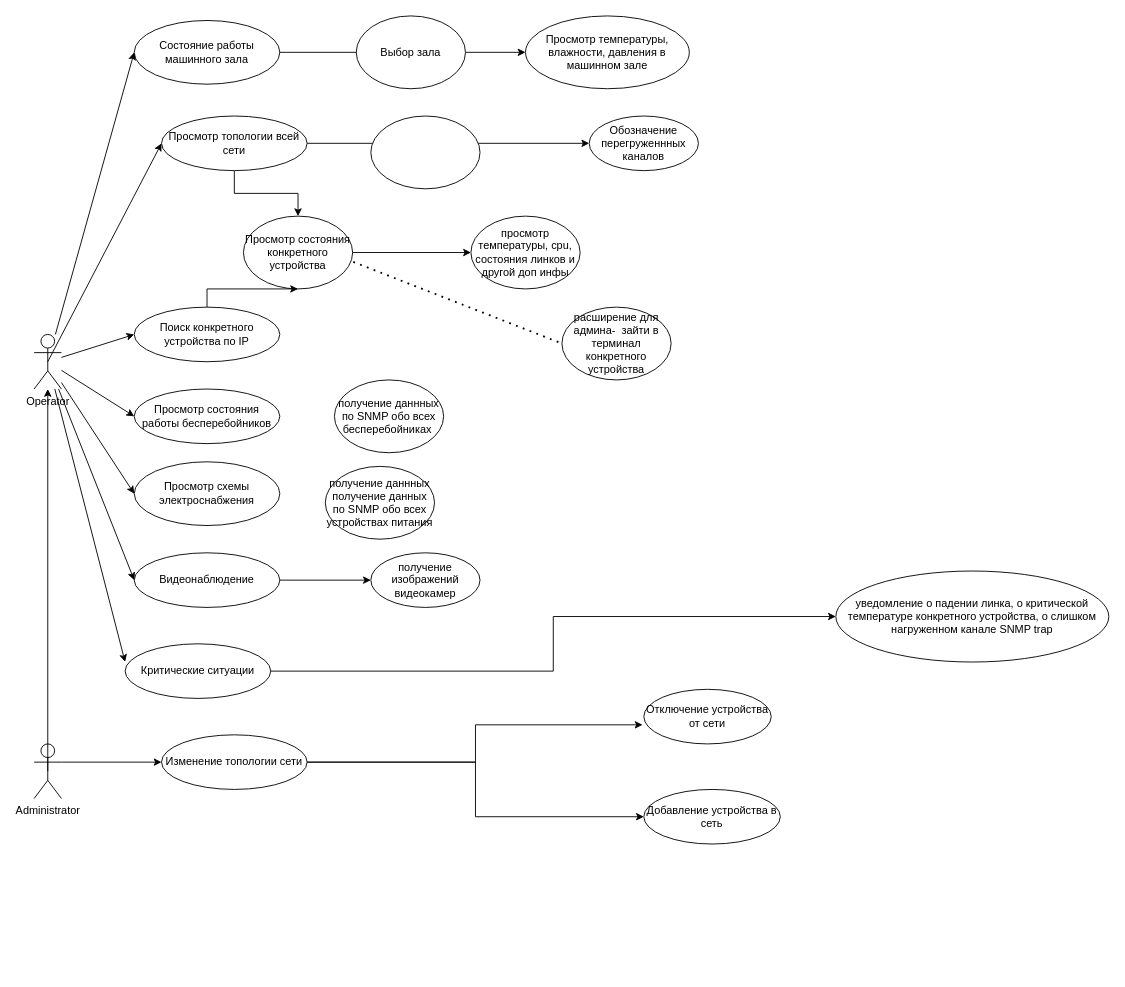
Earlier version of the draw.io diagram Untitled Diagram.drawio (sophiiako/unik). Source tidied: cells renumbered, new cells numbered last; positions are measured from the earlier drawing's top-left corner, leaving out a move shared by most shapes. Both pictures are drawn from the tidied source at 91%, with x=0, y=0 at pixel (34, 15).
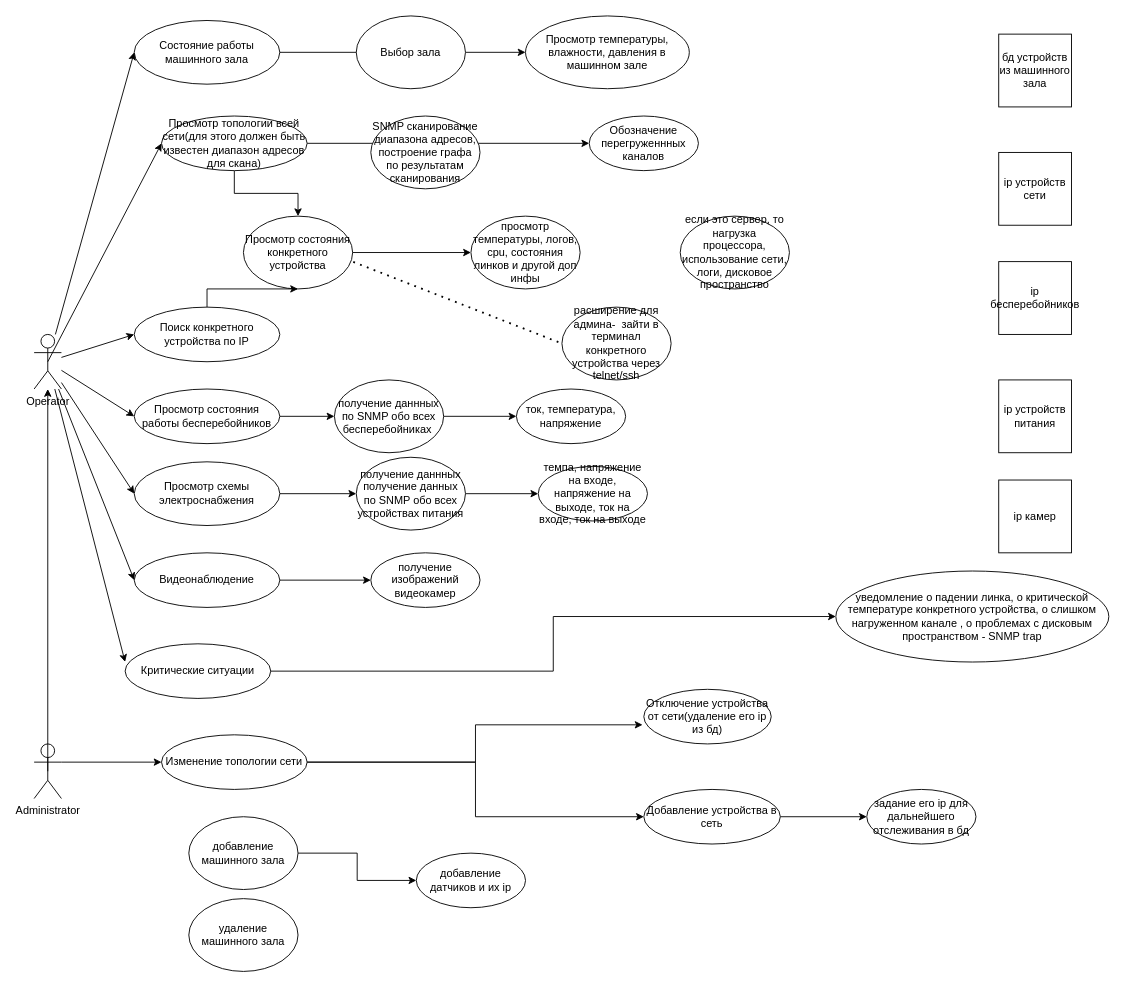
The same page after the edit.

The change refers to these unchanged cells:
```xml
<mxCell id="9" value="Просмотр схемы электроснабжения" style="ellipse;whiteSpace=wrap;html=1;" parent="1" vertex="1">
  <mxGeometry x="110" y="490" width="160" height="70" as="geometry" />
</mxCell>
<mxCell id="10" value="Просмотр состояния работы бесперебойников" style="ellipse;whiteSpace=wrap;html=1;" parent="1" vertex="1">
  <mxGeometry x="110" y="410" width="160" height="60" as="geometry" />
</mxCell>
<mxCell id="23" value="Добавление устройства в сеть" style="ellipse;whiteSpace=wrap;html=1;" parent="1" vertex="1">
  <mxGeometry x="670" y="850" width="150" height="60" as="geometry" />
</mxCell>
<mxCell id="34" value="получение даннных по SNMP обо всех бесперебойниках&amp;nbsp;" style="ellipse;whiteSpace=wrap;html=1;" parent="1" vertex="1">
  <mxGeometry x="330" y="400" width="120" height="80" as="geometry" />
</mxCell>
```

What changed in the source:
```diff
@@
-    <mxCell id="6" value="Просмотр топологии всей сети" style="ellipse;whiteSpace=wrap;html=1;" parent="1" vertex="1">
+    <mxCell id="6" value="Просмотр топологии всей сети(для этого должен быть известен диапазон адресов для скана)" style="ellipse;whiteSpace=wrap;html=1;" parent="1" vertex="1">
       <mxGeometry x="140" y="110" width="160" height="60" as="geometry" />
     </mxCell>
@@
+    <mxCell id="45" style="edgeStyle=orthogonalEdgeStyle;rounded=0;jettySize=auto;html=1;" parent="1" edge="1" source="9" target="33">
+      <mxGeometry relative="1" as="geometry" />
+    </mxCell>
@@
+    <mxCell id="46" style="edgeStyle=orthogonalEdgeStyle;rounded=0;jettySize=auto;html=1;" parent="1" edge="1" source="10" target="34">
+      <mxGeometry relative="1" as="geometry" />
+    </mxCell>
@@
-    <mxCell id="22" value="Отключение устройства от сети" style="ellipse;whiteSpace=wrap;html=1;" parent="1" vertex="1">
+    <mxCell id="22" value="Отключение устройства от сети(удаление его ip из бд)" style="ellipse;whiteSpace=wrap;html=1;" parent="1" vertex="1">
       <mxGeometry x="670" y="740" width="140" height="60" as="geometry" />
     </mxCell>
+    <mxCell id="47" style="edgeStyle=orthogonalEdgeStyle;rounded=0;jettySize=auto;html=1;" parent="1" edge="1" source="23" target="50">
+      <mxGeometry relative="1" as="geometry" />
+    </mxCell>
@@
+    <mxCell id="48" style="edgeStyle=orthogonalEdgeStyle;rounded=0;jettySize=auto;html=1;" parent="1" edge="1" source="33" target="62">
+      <mxGeometry relative="1" as="geometry" />
+    </mxCell>
     <mxCell id="33" value="получение даннных получение данных по SNMP обо всех устройствах питания" style="ellipse;whiteSpace=wrap;html=1;" parent="1" vertex="1">
-      <mxGeometry x="320" y="495" width="120" height="80" as="geometry" />
+      <mxGeometry x="354" y="485" width="120" height="80" as="geometry" />
     </mxCell>
+    <mxCell id="49" style="edgeStyle=orthogonalEdgeStyle;rounded=0;jettySize=auto;html=1;" parent="1" edge="1" source="34" target="61">
+      <mxGeometry relative="1" as="geometry" />
+    </mxCell>
@@
-    <mxCell id="38" style="ellipse;whiteSpace=wrap;html=1;" parent="1" vertex="1">
+    <mxCell id="38" value="SNMP сканирование диапазона адресов, построение графа по результатам сканирования" style="ellipse;whiteSpace=wrap;html=1;" parent="1" vertex="1">
       <mxGeometry x="370" y="110" width="120" height="80" as="geometry" />
     </mxCell>
-    <mxCell id="39" value="просмотр температуры, cpu, состояния линков и другой доп инфы" style="ellipse;whiteSpace=wrap;html=1;" parent="1" vertex="1">
+    <mxCell id="39" value="просмотр температуры, логов, cpu, состояния линков и другой доп инфы" style="ellipse;whiteSpace=wrap;html=1;" parent="1" vertex="1">
       <mxGeometry x="480" y="220" width="120" height="80" as="geometry" />
     </mxCell>
@@
-    <mxCell id="41" value="уведомление о падении линка, о критической температуре конкретного устройства, о слишком нагруженном канале SNMP trap" style="ellipse;whiteSpace=wrap;html=1;" parent="1" vertex="1">
+    <mxCell id="41" value="уведомление о падении линка, о критической температуре конкретного устройства, о слишком нагруженном канале , о проблемах с дисковым пространством - SNMP trap" style="ellipse;whiteSpace=wrap;html=1;" parent="1" vertex="1">
       <mxGeometry x="881" y="610" width="300" height="100" as="geometry" />
     </mxCell>
@@
-    <mxCell id="44" value="расширение для админа-&amp;nbsp; зайти в терминал конкретного устройства" style="ellipse;whiteSpace=wrap;html=1;" parent="1" vertex="1">
+    <mxCell id="44" value="расширение для админа-&amp;nbsp; зайти в терминал конкретного устройства через telnet/ssh" style="ellipse;whiteSpace=wrap;html=1;" parent="1" vertex="1">
       <mxGeometry x="580" y="320" width="120" height="80" as="geometry" />
     </mxCell>
+    <mxCell id="50" value="задание его ip для дальнейшего отслеживания в бд" style="ellipse;whiteSpace=wrap;html=1;" parent="1" vertex="1">
+      <mxGeometry x="915" y="850" width="120" height="60" as="geometry" />
+    </mxCell>
+    <mxCell id="51" value="если это сервер, то нагрузка процессора, использование сети, логи, дисковое пространство" style="ellipse;whiteSpace=wrap;html=1;" parent="1" vertex="1">
+      <mxGeometry x="710" y="220" width="120" height="80" as="geometry" />
+    </mxCell>
+    <mxCell id="52" style="edgeStyle=orthogonalEdgeStyle;rounded=0;jettySize=auto;html=1;" parent="1" edge="1" source="53" target="55">
+      <mxGeometry relative="1" as="geometry" />
+    </mxCell>
+    <mxCell id="53" value="добавление машинного зала" style="ellipse;whiteSpace=wrap;html=1;" parent="1" vertex="1">
+      <mxGeometry x="170" y="880" width="120" height="80" as="geometry" />
+    </mxCell>
+    <mxCell id="54" value="удаление машинного зала" style="ellipse;whiteSpace=wrap;html=1;" parent="1" vertex="1">
+      <mxGeometry x="170" y="970" width="120" height="80" as="geometry" />
+    </mxCell>
+    <mxCell id="55" value="добавление датчиков и их ip" style="ellipse;whiteSpace=wrap;html=1;" parent="1" vertex="1">
+      <mxGeometry x="420" y="920" width="120" height="60" as="geometry" />
+    </mxCell>
+    <mxCell id="56" value="бд устройств из машинного зала" style="whiteSpace=wrap;html=1;" parent="1" vertex="1">
+      <mxGeometry x="1060" y="20" width="80" height="80" as="geometry" />
+    </mxCell>
+    <mxCell id="57" value="ip устройств сети" style="whiteSpace=wrap;html=1;" parent="1" vertex="1">
+      <mxGeometry x="1060" y="150" width="80" height="80" as="geometry" />
+    </mxCell>
+    <mxCell id="58" value="ip бесперебойников" style="whiteSpace=wrap;html=1;" parent="1" vertex="1">
+      <mxGeometry x="1060" y="270" width="80" height="80" as="geometry" />
+    </mxCell>
+    <mxCell id="59" value="ip устройств питания" style="whiteSpace=wrap;html=1;" parent="1" vertex="1">
+      <mxGeometry x="1060" y="400" width="80" height="80" as="geometry" />
+    </mxCell>
+    <mxCell id="60" value="ip камер" style="whiteSpace=wrap;html=1;" parent="1" vertex="1">
+      <mxGeometry x="1060" y="510" width="80" height="80" as="geometry" />
+    </mxCell>
+    <mxCell id="61" value="ток, температура, напряжение" style="ellipse;whiteSpace=wrap;html=1;" parent="1" vertex="1">
+      <mxGeometry x="530" y="410" width="120" height="60" as="geometry" />
+    </mxCell>
+    <mxCell id="62" value="темпа, напряжение на входе, напряжение на выходе, ток на входе, ток на выходе" style="ellipse;whiteSpace=wrap;html=1;" parent="1" vertex="1">
+      <mxGeometry x="554" y="495" width="120" height="60" as="geometry" />
+    </mxCell>
```
